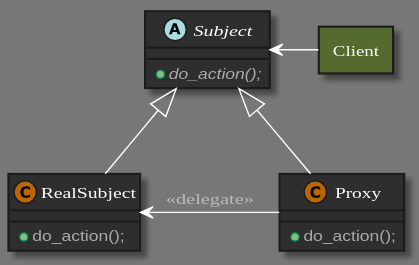
Before: out/proxy/uml/proxy_pattern.svg, a diagram exported from PlantUML (lazy3311/design_patterns).
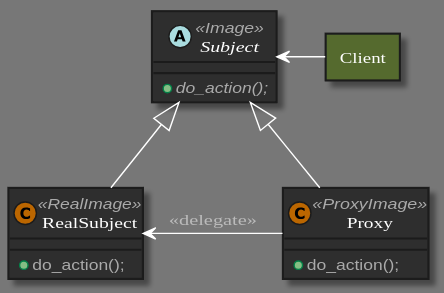
Later version of the same file.

Diff of the diagram source:
```diff
@@ -3,15 +3,15 @@
 !define DARKORANGE
 !includeurl https://raw.githubusercontent.com/Drakemor/RedDress-PlantUML/master/style.puml
 
-abstract class Subject {
+abstract class Subject <<Image>>{
     + {abstract} do_action();
 }
 
-class RealSubject {
+class RealSubject <<RealImage>>{
     + do_action();
 }
 
-class Proxy {
+class Proxy <<ProxyImage>>{
     + do_action();
 }
 
```
